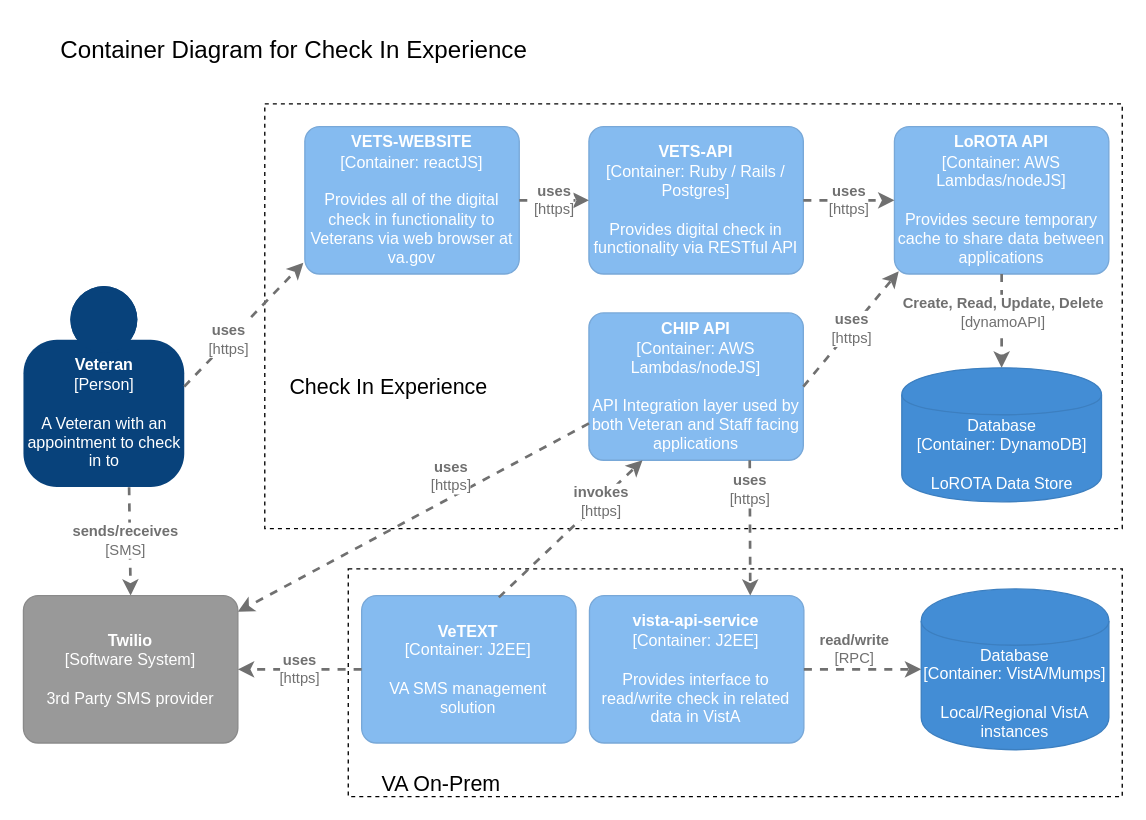
Before: products/health-care/checkin/engineering/architecture-diagrams/containerDiagram_checkInExp.drawio in department-of-veterans-affairs/va.gov-team, a draw.io diagram. Source tidied: cells renumbered, new cells numbered last; positions are measured from the earlier drawing's top-left corner, leaving out a move shared by most shapes. Both pictures are drawn from the tidied source at 134%, with x=0, y=0 at pixel (23, 23).
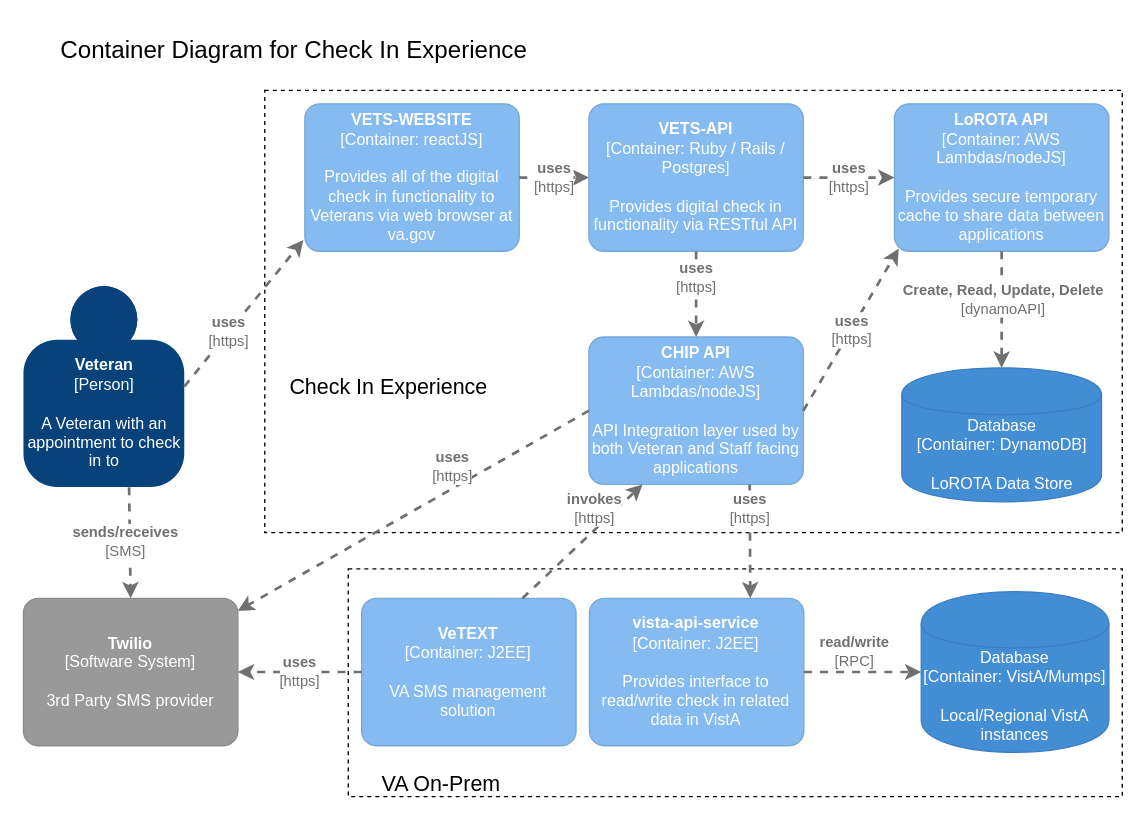
The same page after the edit.

Commit message (it also covers changes not shown here):
added component diagram for CHIP

Diff of the diagram source:
```diff
@@
     <mxCell id="2" style="rounded=0;whiteSpace=wrap;html=1;dashed=1;" parent="1" vertex="1">
-      <mxGeometry x="180.1" y="60" width="639.9" height="317" as="geometry" />
+      <mxGeometry x="180.1" y="50" width="639.9" height="330" as="geometry" />
     </mxCell>
@@
     <object id="7" label="&lt;b&gt;%c4Name%&lt;/b&gt;&lt;div&gt;[%c4Type%: %c4Technology%]&lt;/div&gt;&lt;br&gt;&lt;div&gt;%c4Description%&lt;/div&gt;" c4Description="Provides all of the digital check in functionality to Veterans via web browser at va.gov" c4Name="VETS-WEBSITE" c4Technology="reactJS" c4Type="Container" placeholders="1">
       <mxCell style="rounded=1;whiteSpace=wrap;html=1;labelBackgroundColor=none;fillColor=#85BBF0;fontColor=#ffffff;align=center;arcSize=10;strokeColor=#78A8D8;metaData={&quot;c4Type&quot;:{&quot;editable&quot;:false}};points=[[0.25,0,0],[0.5,0,0],[0.75,0,0],[1,0.25,0],[1,0.5,0],[1,0.75,0],[0.75,1,0],[0.5,1,0],[0.25,1,0],[0,0.75,0],[0,0.5,0],[0,0.25,0]];" parent="1" vertex="1">
-        <mxGeometry x="210" y="77" width="160" height="110" as="geometry" />
+        <mxGeometry x="210" y="60" width="160" height="110" as="geometry" />
       </mxCell>
     </object>
     <object id="8" label="&lt;b&gt;%c4Name%&lt;/b&gt;&lt;div&gt;[%c4Type%: %c4Technology%]&lt;/div&gt;&lt;br&gt;&lt;div&gt;%c4Description%&lt;/div&gt;" c4Description="Provides digital check in functionality via RESTful API" c4Name="VETS-API" c4Technology="Ruby / Rails / Postgres" c4Type="Container" placeholders="1">
       <mxCell style="rounded=1;whiteSpace=wrap;html=1;labelBackgroundColor=none;fillColor=#85BBF0;fontColor=#ffffff;align=center;arcSize=10;strokeColor=#78A8D8;metaData={&quot;c4Type&quot;:{&quot;editable&quot;:false}};points=[[0.25,0,0],[0.5,0,0],[0.75,0,0],[1,0.25,0],[1,0.5,0],[1,0.75,0],[0.75,1,0],[0.5,1,0],[0.25,1,0],[0,0.75,0],[0,0.5,0],[0,0.25,0]];" parent="1" vertex="1">
-        <mxGeometry x="422" y="77" width="160" height="110" as="geometry" />
+        <mxGeometry x="422" y="60" width="160" height="110" as="geometry" />
       </mxCell>
     </object>
@@
     <object id="10" label="&lt;b&gt;%c4Name%&lt;/b&gt;&lt;div&gt;[%c4Type%: %c4Technology%]&lt;/div&gt;&lt;br&gt;&lt;div&gt;%c4Description%&lt;/div&gt;" c4Description="API Integration layer used by both Veteran and Staff facing applications" c4Name="CHIP API" c4Technology="AWS Lambdas/nodeJS" c4Type="Container" placeholders="1">
       <mxCell style="rounded=1;whiteSpace=wrap;html=1;labelBackgroundColor=none;fillColor=#85BBF0;fontColor=#ffffff;align=center;arcSize=10;strokeColor=#78A8D8;metaData={&quot;c4Type&quot;:{&quot;editable&quot;:false}};points=[[0.25,0,0],[0.5,0,0],[0.75,0,0],[1,0.25,0],[1,0.5,0],[1,0.75,0],[0.75,1,0],[0.5,1,0],[0.25,1,0],[0,0.75,0],[0,0.5,0],[0,0.25,0]];" parent="1" vertex="1">
-        <mxGeometry x="422" y="216" width="160" height="110" as="geometry" />
+        <mxGeometry x="422" y="234" width="160" height="110" as="geometry" />
       </mxCell>
     </object>
     <object id="11" label="&lt;b&gt;%c4Name%&lt;/b&gt;&lt;div&gt;[%c4Type%: %c4Technology%]&lt;/div&gt;&lt;br&gt;&lt;div&gt;%c4Description%&lt;/div&gt;" c4Description="Provides secure temporary cache to share data between applications" c4Name="LoROTA API" c4Technology="AWS Lambdas/nodeJS" c4Type="Container" placeholders="1">
       <mxCell style="rounded=1;whiteSpace=wrap;html=1;labelBackgroundColor=none;fillColor=#85BBF0;fontColor=#ffffff;align=center;arcSize=10;strokeColor=#78A8D8;metaData={&quot;c4Type&quot;:{&quot;editable&quot;:false}};points=[[0.25,0,0],[0.5,0,0],[0.75,0,0],[1,0.25,0],[1,0.5,0],[1,0.75,0],[0.75,1,0],[0.5,1,0],[0.25,1,0],[0,0.75,0],[0,0.5,0],[0,0.25,0]];" parent="1" vertex="1">
-        <mxGeometry x="650" y="77" width="160" height="110" as="geometry" />
+        <mxGeometry x="650" y="60" width="160" height="110" as="geometry" />
       </mxCell>
     </object>
@@
     <object id="18" label="&lt;b&gt;%c4Name%&lt;/b&gt;&lt;div&gt;[%c4Type%: %c4Technology%]&lt;/div&gt;&lt;br&gt;&lt;div&gt;%c4Description%&lt;/div&gt;" c4Description="VA SMS management solution" c4Name="VeTEXT" c4Technology="J2EE" c4Type="Container" placeholders="1">
       <mxCell style="rounded=1;whiteSpace=wrap;html=1;labelBackgroundColor=none;fillColor=#85BBF0;fontColor=#ffffff;align=center;arcSize=10;strokeColor=#78A8D8;metaData={&quot;c4Type&quot;:{&quot;editable&quot;:false}};points=[[0.25,0,0],[0.5,0,0],[0.75,0,0],[1,0.25,0],[1,0.5,0],[1,0.75,0],[0.75,1,0],[0.5,1,0],[0.25,1,0],[0,0.75,0],[0,0.5,0],[0,0.25,0]];" parent="1" vertex="1">
-        <mxGeometry x="252.4" y="427" width="160" height="110" as="geometry" />
+        <mxGeometry x="252.4" y="429" width="160" height="110" as="geometry" />
       </mxCell>
     </object>
@@
     <object id="20" label="&lt;div style=&quot;text-align: left&quot;&gt;&lt;div style=&quot;text-align: center&quot;&gt;&lt;b&gt;%c4Description%&lt;/b&gt;&lt;/div&gt;&lt;div style=&quot;text-align: center&quot;&gt;[%c4Technology%]&lt;/div&gt;&lt;/div&gt;" c4Description="uses" c4Technology="https" placeholders="1">
-      <mxCell style="edgeStyle=none;rounded=0;html=1;jettySize=auto;strokeColor=#707070;strokeWidth=2;fontColor=#707070;jumpStyle=none;dashed=1;metaData={&quot;c4Type&quot;:{&quot;editable&quot;:false}};exitX=0;exitY=0.75;exitDx=0;exitDy=0;exitPerimeter=0;" parent="1" edge="1" source="10" target="23">
+      <mxCell style="edgeStyle=none;rounded=0;html=1;jettySize=auto;strokeColor=#707070;strokeWidth=2;fontColor=#707070;jumpStyle=none;dashed=1;metaData={&quot;c4Type&quot;:{&quot;editable&quot;:false}};exitX=0;exitY=0.5;exitDx=0;exitDy=0;exitPerimeter=0;" parent="1" edge="1" source="10" target="23">
         <mxGeometry x="-0.27" y="-14" relative="1" as="geometry" />
       </mxCell>
     </object>
     <object id="21" label="&lt;b&gt;%c4Name%&lt;/b&gt;&lt;div&gt;[%c4Type%: %c4Technology%]&lt;/div&gt;&lt;br&gt;&lt;div&gt;%c4Description%&lt;/div&gt;" c4Description="Provides interface to read/write check in related data in VistA" c4Name="vista-api-service" c4Technology="J2EE" c4Type="Container" placeholders="1">
       <mxCell style="rounded=1;whiteSpace=wrap;html=1;labelBackgroundColor=none;fillColor=#85BBF0;fontColor=#ffffff;align=center;arcSize=10;strokeColor=#78A8D8;metaData={&quot;c4Type&quot;:{&quot;editable&quot;:false}};points=[[0.25,0,0],[0.5,0,0],[0.75,0,0],[1,0.25,0],[1,0.5,0],[1,0.75,0],[0.75,1,0],[0.5,1,0],[0.25,1,0],[0,0.75,0],[0,0.5,0],[0,0.25,0]];" parent="1" vertex="1">
-        <mxGeometry x="422.4" y="427" width="160" height="110" as="geometry" />
+        <mxGeometry x="422.4" y="429" width="160" height="110" as="geometry" />
       </mxCell>
     </object>
@@
     <object id="23" label="&lt;b&gt;%c4Name%&lt;/b&gt;&lt;div&gt;[%c4Type%]&lt;/div&gt;&lt;br&gt;&lt;div&gt;%c4Description%&lt;/div&gt;" c4Description="3rd Party SMS provider" c4Name="Twilio" c4Type="Software System" placeholders="1">
       <mxCell style="rounded=1;whiteSpace=wrap;html=1;labelBackgroundColor=none;fillColor=#999999;fontColor=#ffffff;align=center;arcSize=10;strokeColor=#8A8A8A;metaData={&quot;c4Type&quot;:{&quot;editable&quot;:false}};points=[[0.25,0,0],[0.5,0,0],[0.75,0,0],[1,0.25,0],[1,0.5,0],[1,0.75,0],[0.75,1,0],[0.5,1,0],[0.25,1,0],[0,0.75,0],[0,0.5,0],[0,0.25,0]];" parent="1" vertex="1">
-        <mxGeometry y="427" width="160" height="110" as="geometry" />
+        <mxGeometry y="429" width="160" height="110" as="geometry" />
       </mxCell>
     </object>
@@
     <object id="25" label="&lt;div style=&quot;text-align: left&quot;&gt;&lt;div style=&quot;text-align: center&quot;&gt;&lt;b&gt;%c4Description%&lt;/b&gt;&lt;/div&gt;&lt;div style=&quot;text-align: center&quot;&gt;[%c4Technology%]&lt;/div&gt;&lt;/div&gt;" c4Description="invokes" c4Technology="https" placeholders="1">
-      <mxCell style="edgeStyle=none;rounded=0;html=1;jettySize=auto;strokeColor=#707070;strokeWidth=2;fontColor=#707070;jumpStyle=none;dashed=1;metaData={&quot;c4Type&quot;:{&quot;editable&quot;:false}};exitX=0.64;exitY=0.012;exitDx=0;exitDy=0;exitPerimeter=0;entryX=0.25;entryY=1;entryDx=0;entryDy=0;entryPerimeter=0;" parent="1" edge="1" source="18" target="10">
-        <mxGeometry x="0.42" y="-1" relative="1" as="geometry" />
+      <mxCell style="edgeStyle=none;rounded=0;html=1;jettySize=auto;strokeColor=#707070;strokeWidth=2;fontColor=#707070;jumpStyle=none;dashed=1;metaData={&quot;c4Type&quot;:{&quot;editable&quot;:false}};exitX=0.75;exitY=0;exitDx=0;exitDy=0;exitPerimeter=0;entryX=0.25;entryY=1;entryDx=0;entryDy=0;entryPerimeter=0;" parent="1" edge="1" source="18" target="10">
+        <mxGeometry x="0.38" y="12" relative="1" as="geometry" />
       </mxCell>
     </object>
     <object id="26" label="%c4Type%&lt;div&gt;[Container:&amp;nbsp;%c4Technology%]&lt;/div&gt;&lt;br&gt;&lt;div&gt;%c4Description%&lt;/div&gt;" c4Description="Local/Regional VistA instances" c4Technology="VistA/Mumps" c4Type="Database" placeholders="1">
       <mxCell style="shape=cylinder;whiteSpace=wrap;html=1;boundedLbl=1;rounded=0;labelBackgroundColor=none;fillColor=#438DD5;fontSize=12;fontColor=#ffffff;align=center;strokeColor=#3C7FC0;points=[[0.5,0,0],[1,0.25,0],[1,0.5,0],[1,0.75,0],[0.5,1,0],[0,0.75,0],[0,0.5,0],[0,0.25,0]];metaData={&quot;c4Type&quot;:{&quot;editable&quot;:false}};" parent="1" vertex="1">
-        <mxGeometry x="670" y="422" width="140" height="120" as="geometry" />
+        <mxGeometry x="670" y="424" width="140" height="120" as="geometry" />
       </mxCell>
     </object>
@@
+    <object id="28" label="&lt;div style=&quot;text-align: left&quot;&gt;&lt;div style=&quot;text-align: center&quot;&gt;&lt;b&gt;%c4Description%&lt;/b&gt;&lt;/div&gt;&lt;div style=&quot;text-align: center&quot;&gt;[%c4Technology%]&lt;/div&gt;&lt;/div&gt;" c4Description="uses" c4Technology="https" placeholders="1">
+      <mxCell style="edgeStyle=none;rounded=0;html=1;jettySize=auto;strokeColor=#707070;strokeWidth=2;fontColor=#707070;jumpStyle=none;dashed=1;metaData={&quot;c4Type&quot;:{&quot;editable&quot;:false}};exitX=0.5;exitY=1;exitDx=0;exitDy=0;exitPerimeter=0;" parent="1" edge="1" source="8">
+        <mxGeometry x="-0.38" relative="1" as="geometry">
+          <mxPoint x="502" y="234" as="targetPoint" />
+        </mxGeometry>
+      </mxCell>
+    </object>
```
